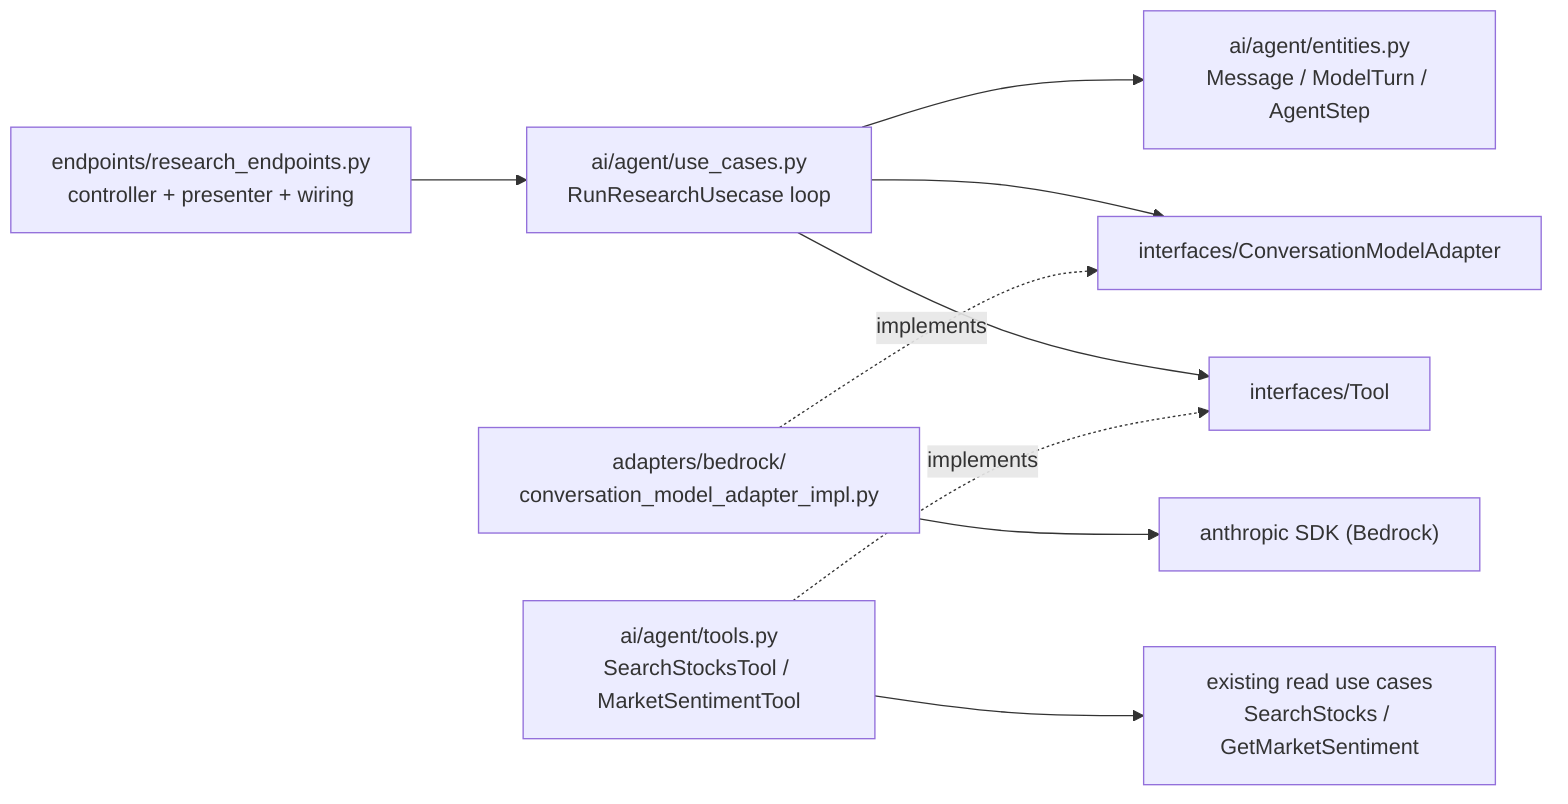
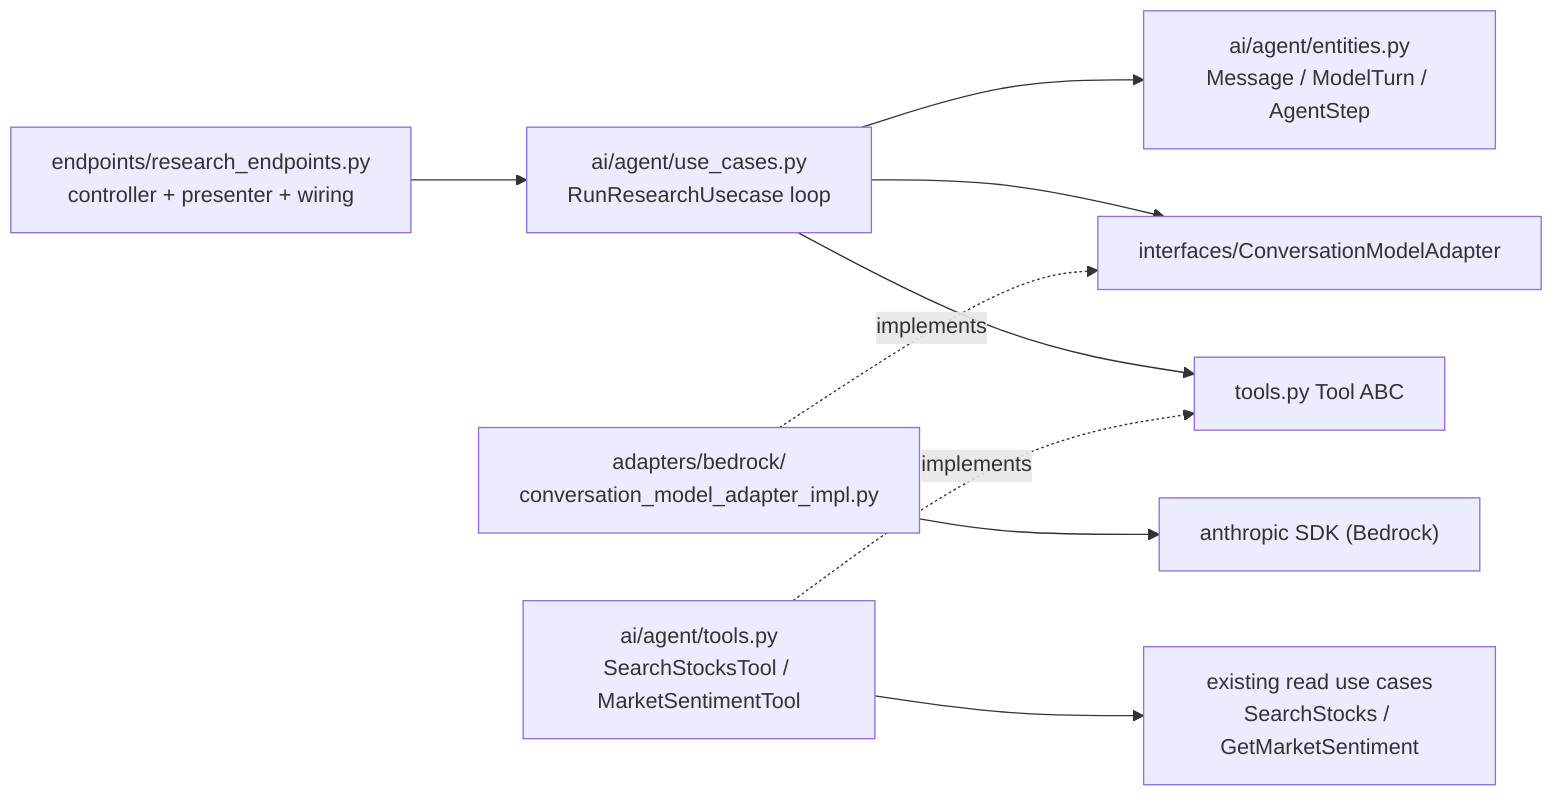
graph LR
    EP["endpoints/research_endpoints.py<br/>controller + presenter + wiring"] --> UC["ai/agent/use_cases.py<br/>RunResearchUsecase loop"]
    UC --> E["ai/agent/entities.py<br/>Message / ModelTurn / AgentStep"]
    UC --> P1["interfaces/ConversationModelAdapter"]
-     UC --> P2["interfaces/Tool"]
+     UC --> P2["tools.py Tool ABC"]
    AD["adapters/bedrock/<br/>conversation_model_adapter_impl.py"] -. implements .-> P1
    T["ai/agent/tools.py<br/>SearchStocksTool / MarketSentimentTool"] -. implements .-> P2
    T --> UC2["existing read use cases<br/>SearchStocks / GetMarketSentiment"]
    AD --> SDK["anthropic SDK (Bedrock)"]
